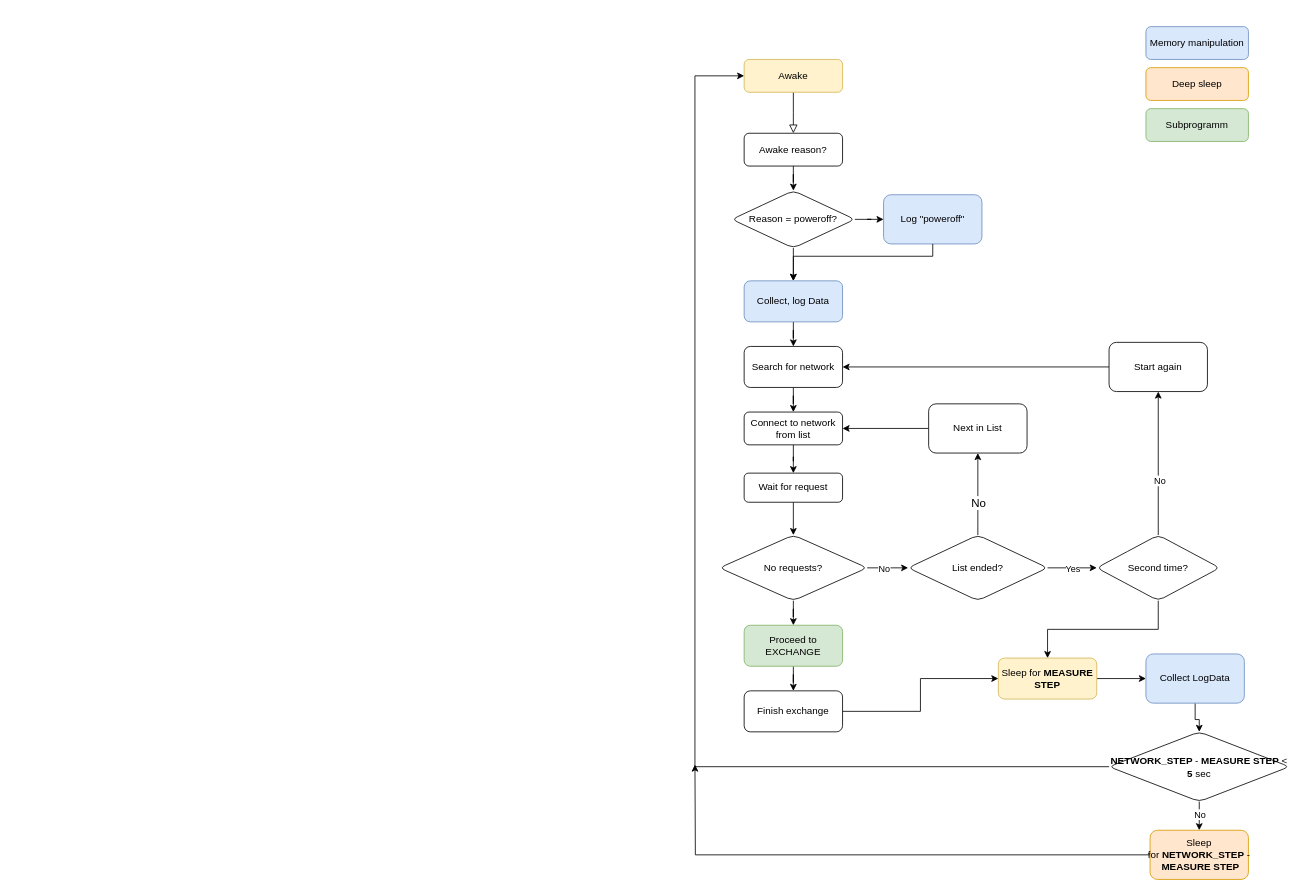
The draw.io diagram Main.drawio in Oleks0ir/sunlight, before the edit. Source tidied: cells renumbered, new cells numbered last; positions are measured from the earlier drawing's top-left corner, leaving out a move shared by most shapes. Both pictures are drawn from the tidied source at 82%, with x=0, y=0 at pixel (695, 26).
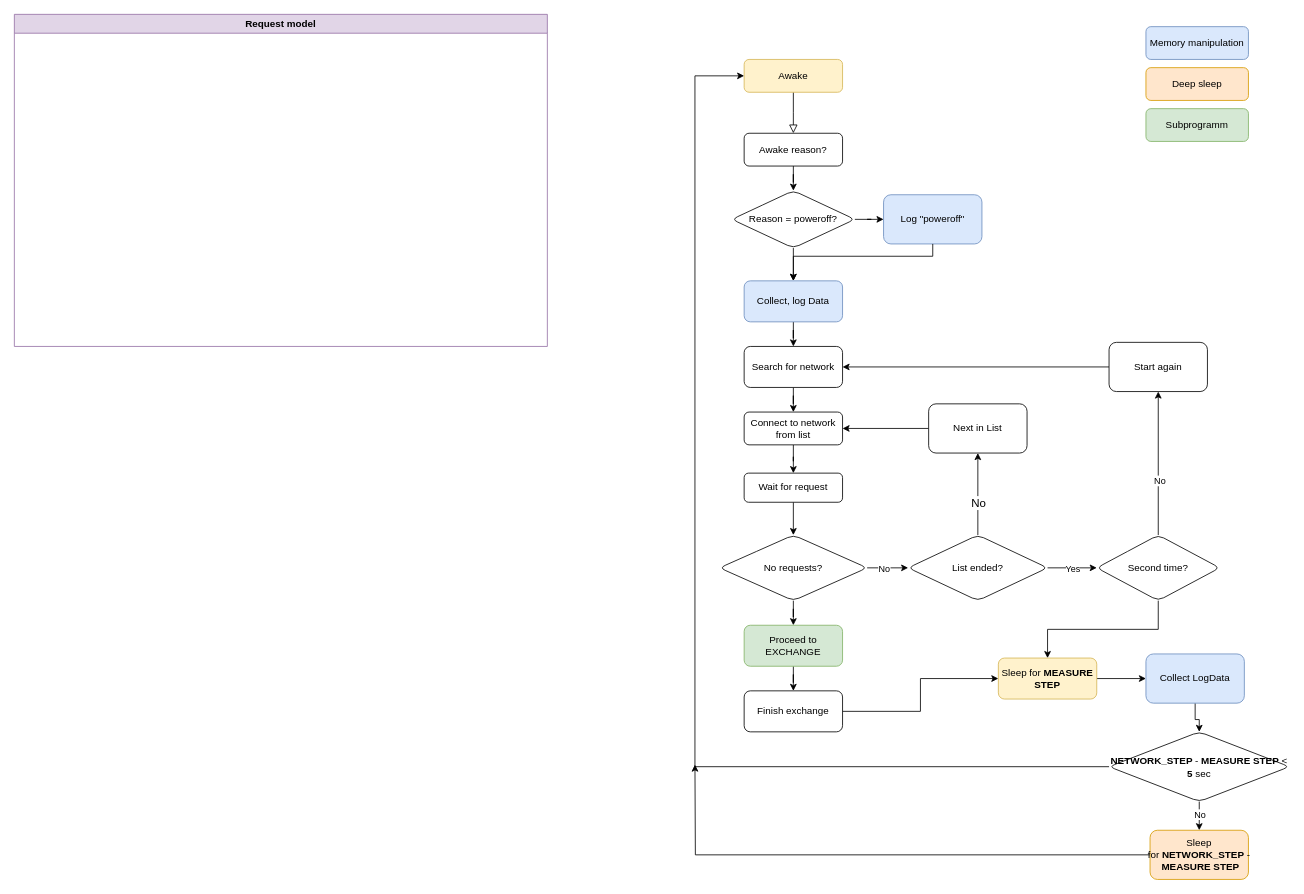
Above is the later version.

What changed in the source:
```diff
@@
+    <mxCell id="53" value="Request model" style="swimlane;fillColor=#e1d5e7;strokeColor=#9673a6;" parent="1" vertex="1">
+      <mxGeometry x="-830" y="-15" width="650" height="405" as="geometry" />
+    </mxCell>
```
